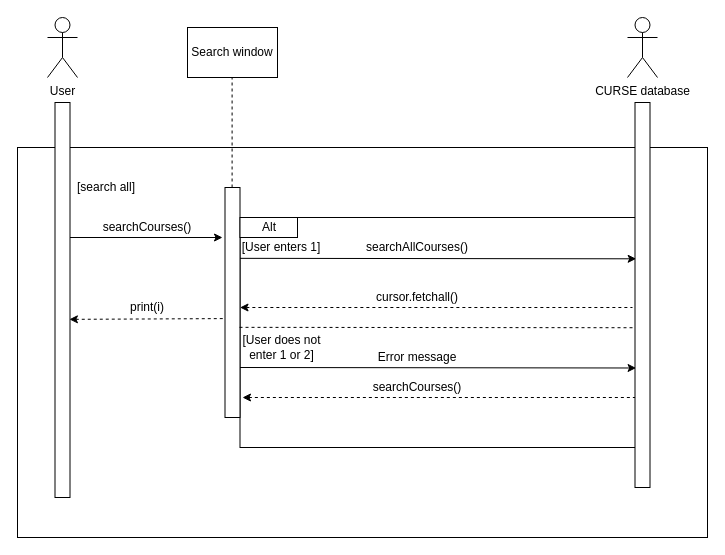
Before: models/sequence_search_all_courses.drawio in stpilks99/APC-Assignment-5, a draw.io diagram. Source tidied: cells renumbered, new cells numbered last; positions are measured from the earlier drawing's top-left corner, leaving out a move shared by most shapes. Both pictures are drawn from the tidied source at 100%, with x=0, y=0 at pixel (17, 17).
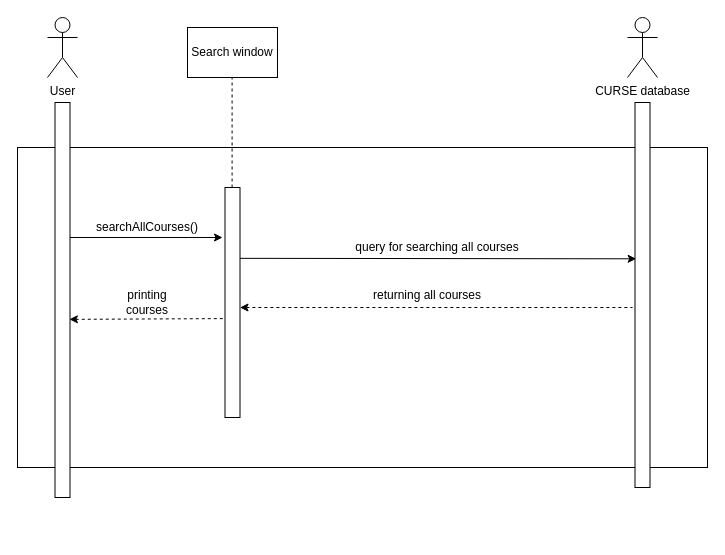
The same page after the edit.

Unchanged cells that the change refers to:
```xml
<mxCell id="14" style="rounded=0;whiteSpace=wrap;html=1;" parent="1" vertex="1">
  <mxGeometry x="617.5" y="85" width="15" height="385" as="geometry" />
</mxCell>
<mxCell id="18" style="rounded=0;whiteSpace=wrap;html=1;" parent="1" vertex="1">
  <mxGeometry x="207.5" y="170" width="15" height="230" as="geometry" />
</mxCell>
```

Change to the diagram source:
```diff
@@
     <mxCell id="2" style="rounded=0;whiteSpace=wrap;html=1;" parent="1" vertex="1">
-      <mxGeometry y="130" width="690" height="390" as="geometry" />
+      <mxGeometry y="130" width="690" height="320" as="geometry" />
     </mxCell>
@@
-    <mxCell id="8" value="searchCourses()" style="text;html=1;strokeColor=none;fillColor=none;align=center;verticalAlign=middle;whiteSpace=wrap;rounded=0;" parent="1" vertex="1">
+    <mxCell id="8" value="searchAllCourses()" style="text;html=1;strokeColor=none;fillColor=none;align=center;verticalAlign=middle;whiteSpace=wrap;rounded=0;" parent="1" vertex="1">
       <mxGeometry x="110" y="200" width="40" height="20" as="geometry" />
     </mxCell>
@@
-    <mxCell id="10" value="print(i)" style="text;html=1;strokeColor=none;fillColor=none;align=center;verticalAlign=middle;whiteSpace=wrap;rounded=0;" parent="1" vertex="1">
-      <mxGeometry x="110" y="280" width="40" height="20" as="geometry" />
+    <mxCell id="10" value="printing courses" style="text;html=1;strokeColor=none;fillColor=none;align=center;verticalAlign=middle;whiteSpace=wrap;rounded=0;" parent="1" vertex="1">
+      <mxGeometry x="110" y="275" width="40" height="20" as="geometry" />
     </mxCell>
@@
-    <mxCell id="12" value="[search all]" style="text;html=1;strokeColor=none;fillColor=none;align=center;verticalAlign=middle;whiteSpace=wrap;rounded=0;" parent="1" vertex="1">
-      <mxGeometry x="50" y="160" width="77.5" height="20" as="geometry" />
-    </mxCell>
-    <mxCell id="13" style="rounded=0;whiteSpace=wrap;html=1;" parent="1" vertex="1">
-      <mxGeometry x="222.5" y="200" width="407.5" height="230" as="geometry" />
-    </mxCell>
@@
-    <mxCell id="15" value="searchAllCourses()" style="text;html=1;strokeColor=none;fillColor=none;align=center;verticalAlign=middle;whiteSpace=wrap;rounded=0;" parent="1" vertex="1">
-      <mxGeometry x="380" y="220" width="40" height="20" as="geometry" />
+    <mxCell id="15" value="query for searching all courses" style="text;html=1;strokeColor=none;fillColor=none;align=center;verticalAlign=middle;whiteSpace=wrap;rounded=0;" parent="1" vertex="1">
+      <mxGeometry x="330" y="220" width="180" height="20" as="geometry" />
     </mxCell>
@@
-    <mxCell id="19" value="cursor.fetchall()" style="text;html=1;strokeColor=none;fillColor=none;align=center;verticalAlign=middle;whiteSpace=wrap;rounded=0;" parent="1" vertex="1">
-      <mxGeometry x="380" y="270" width="40" height="20" as="geometry" />
+    <mxCell id="19" value="returning all courses" style="text;html=1;strokeColor=none;fillColor=none;align=center;verticalAlign=middle;whiteSpace=wrap;rounded=0;" parent="1" vertex="1">
+      <mxGeometry x="340" y="267.5" width="140" height="20" as="geometry" />
     </mxCell>
-    <mxCell id="20" value="Alt" style="rounded=0;whiteSpace=wrap;html=1;" parent="1" vertex="1">
-      <mxGeometry x="222.5" y="200" width="57.5" height="20" as="geometry" />
-    </mxCell>
-    <mxCell id="21" style="endArrow=none;dashed=1;html=1;exitX=0.968;exitY=0.608;exitDx=0;exitDy=0;exitPerimeter=0;entryX=-0.009;entryY=0.585;entryDx=0;entryDy=0;entryPerimeter=0;" parent="1" edge="1" source="18" target="14">
-      <mxGeometry relative="1" as="geometry" />
-    </mxCell>
-    <mxCell id="22" value="[User enters 1]" style="text;html=1;strokeColor=none;fillColor=none;align=center;verticalAlign=middle;whiteSpace=wrap;rounded=0;" parent="1" vertex="1">
-      <mxGeometry x="214.4" y="225" width="100" height="10" as="geometry" />
-    </mxCell>
-    <mxCell id="23" value="[User does not enter 1 or 2]" style="text;html=1;strokeColor=none;fillColor=none;align=center;verticalAlign=middle;whiteSpace=wrap;rounded=0;" parent="1" vertex="1">
-      <mxGeometry x="220" y="320" width="88.8" height="20" as="geometry" />
-    </mxCell>
-    <mxCell id="24" style="endArrow=classic;html=1;entryX=0.079;entryY=0.406;entryDx=0;entryDy=0;entryPerimeter=0;exitX=1.004;exitY=0.308;exitDx=0;exitDy=0;exitPerimeter=0;" parent="1" edge="1">
-      <mxGeometry relative="1" as="geometry">
-        <mxPoint x="222.5" y="350" as="sourcePoint" />
-        <mxPoint x="618.6" y="350.5" as="targetPoint" />
-      </mxGeometry>
-    </mxCell>
-    <mxCell id="25" value="Error message" style="text;html=1;strokeColor=none;fillColor=none;align=center;verticalAlign=middle;whiteSpace=wrap;rounded=0;" parent="1" vertex="1">
-      <mxGeometry x="353.1" y="330" width="93.8" height="20" as="geometry" />
-    </mxCell>
-    <mxCell id="26" style="endArrow=none;dashed=1;html=1;startArrow=classic;startFill=1;" parent="1" edge="1">
-      <mxGeometry relative="1" as="geometry">
-        <mxPoint x="225" y="380" as="sourcePoint" />
-        <mxPoint x="617.5" y="380" as="targetPoint" />
-      </mxGeometry>
-    </mxCell>
-    <mxCell id="27" value="searchCourses()" style="text;html=1;strokeColor=none;fillColor=none;align=center;verticalAlign=middle;whiteSpace=wrap;rounded=0;" parent="1" vertex="1">
-      <mxGeometry x="380" y="360" width="40" height="20" as="geometry" />
-    </mxCell>
```
